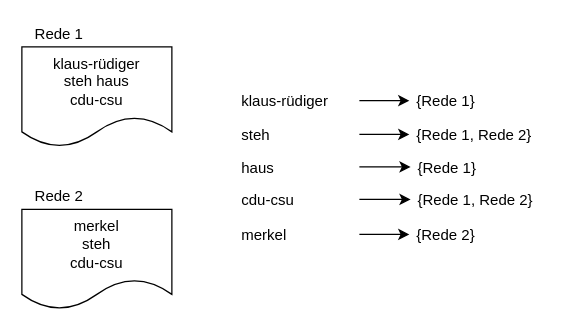
The draw.io diagram page "inverted-index" (6 of 7) of Diagramme.drawio in htw-projekt-p2p-volltextsuche/vortrag, before the edit. Source tidied: cells renumbered, new cells numbered last; positions are measured from the earlier drawing's top-left corner, leaving out a move shared by most shapes. Both pictures are drawn from the tidied source at 125%, with x=0, y=0 at pixel (21, 21).
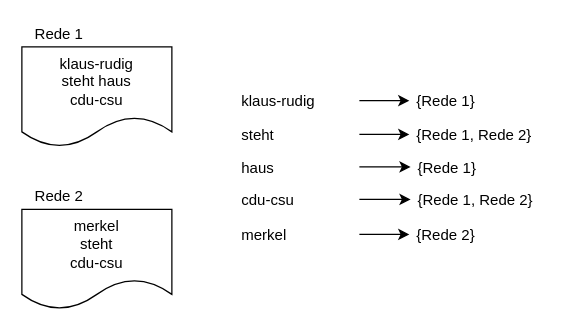
The same diagram, later.

What changed in the source:
```diff
@@
-    <mxCell id="2" value="klaus-rüdiger&lt;br&gt;steh haus &lt;br&gt;cdu-csu" style="shape=document;whiteSpace=wrap;html=1;boundedLbl=1;" parent="1" vertex="1">
+    <mxCell id="2" value="klaus-rudig&lt;br&gt;steht haus &lt;br&gt;cdu-csu" style="shape=document;whiteSpace=wrap;html=1;boundedLbl=1;" parent="1" vertex="1">
       <mxGeometry y="20" width="120" height="80" as="geometry" />
     </mxCell>
-    <mxCell id="3" value="merkel&lt;br&gt;steh&lt;br&gt;cdu-csu" style="shape=document;whiteSpace=wrap;html=1;boundedLbl=1;" parent="1" vertex="1">
+    <mxCell id="3" value="merkel&lt;br&gt;steht&lt;br&gt;cdu-csu" style="shape=document;whiteSpace=wrap;html=1;boundedLbl=1;" parent="1" vertex="1">
       <mxGeometry y="150" width="120" height="80" as="geometry" />
     </mxCell>
@@
-    <mxCell id="7" value="klaus-rüdiger" style="text;strokeColor=none;fillColor=none;align=left;verticalAlign=top;spacingLeft=4;spacingRight=4;overflow=hidden;points=[[0,0.5],[1,0.5]];portConstraint=eastwest;" parent="1" vertex="1">
+    <mxCell id="7" value="klaus-rudig" style="text;strokeColor=none;fillColor=none;align=left;verticalAlign=top;spacingLeft=4;spacingRight=4;overflow=hidden;points=[[0,0.5],[1,0.5]];portConstraint=eastwest;" parent="1" vertex="1">
       <mxGeometry x="170" y="50" width="100" height="26" as="geometry" />
     </mxCell>
@@
-    <mxCell id="10" value="steh" style="text;strokeColor=none;fillColor=none;align=left;verticalAlign=top;spacingLeft=4;spacingRight=4;overflow=hidden;points=[[0,0.5],[1,0.5]];portConstraint=eastwest;" parent="1" vertex="1">
+    <mxCell id="10" value="steht" style="text;strokeColor=none;fillColor=none;align=left;verticalAlign=top;spacingLeft=4;spacingRight=4;overflow=hidden;points=[[0,0.5],[1,0.5]];portConstraint=eastwest;" parent="1" vertex="1">
       <mxGeometry x="170" y="77" width="100" height="26" as="geometry" />
     </mxCell>
```
